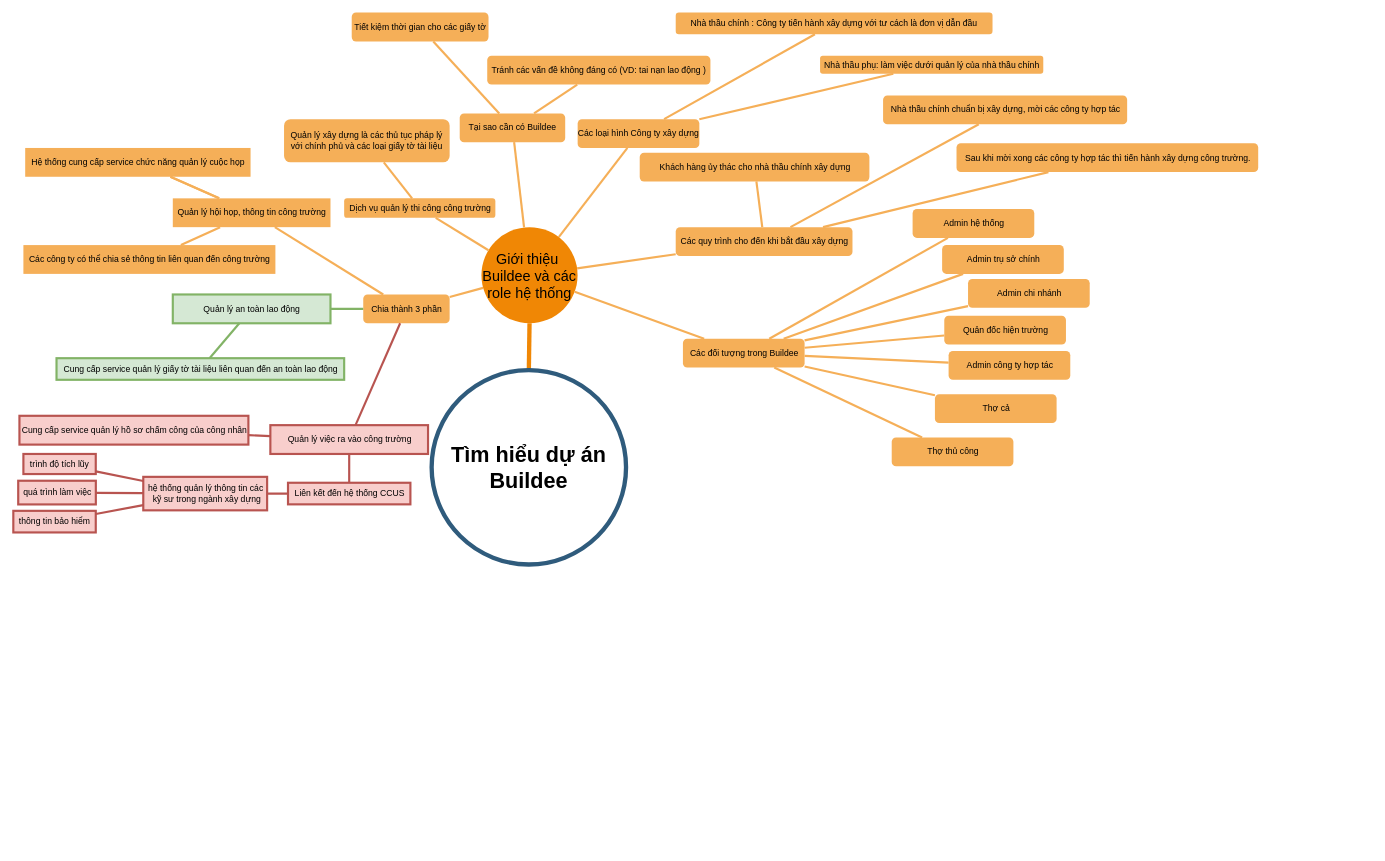
Earlier version of the draw.io diagram UML_drawer/BUL.drawio (namnguyen5902/UML_drawer). Source tidied: cells renumbered, new cells numbered last; positions are measured from the earlier drawing's top-left corner, leaving out a move shared by most shapes. Both pictures are drawn from the tidied source at 72%, with x=0, y=0 at pixel (13, 12).
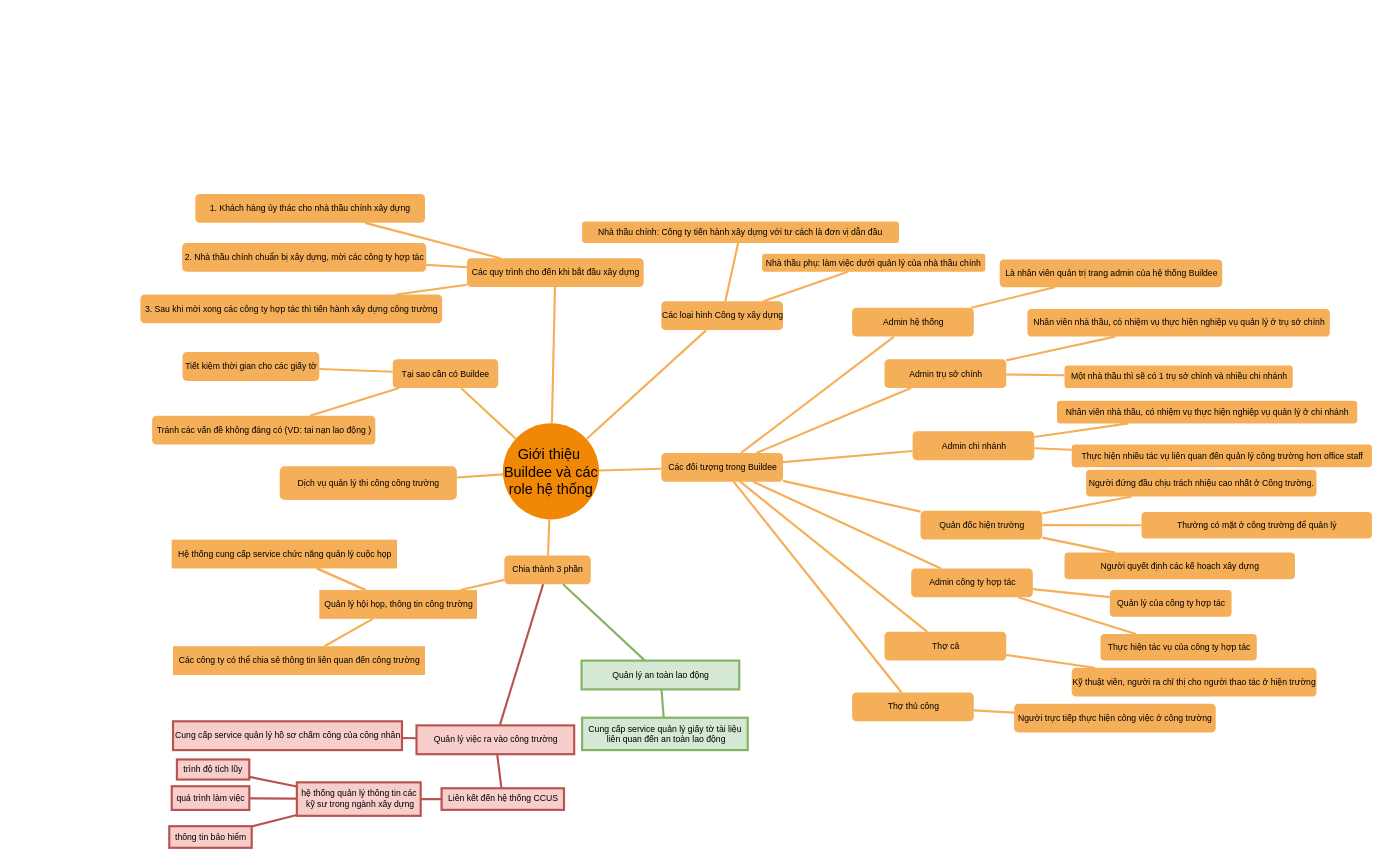
After the change.

Change to the diagram source:
```diff
@@
     <mxCell id="2" value="&lt;div&gt;Giới thiệu&amp;nbsp;&lt;/div&gt;&lt;div&gt;Buildee và các role hệ thống&lt;/div&gt;" style="ellipse;whiteSpace=wrap;html=1;shadow=0;fontFamily=Helvetica;fontSize=20;fontColor=#000000;align=center;strokeWidth=3;fillColor=#F08705;strokeColor=none;gradientColor=none;" parent="1" vertex="1">
-      <mxGeometry x="650.2" y="298" width="133.5" height="133.5" as="geometry" />
+      <mxGeometry x="680" y="570.5" width="133.5" height="133.5" as="geometry" />
     </mxCell>
-    <mxCell id="3" style="endArrow=none;strokeWidth=6;strokeColor=#f08705;html=1;fontColor=#000000;" parent="1" edge="1" source="16" target="2">
-      <mxGeometry relative="1" as="geometry" />
-    </mxCell>
     <mxCell id="4" value="&lt;div&gt;Quản lý hội họp, thông tin công trường&lt;/div&gt;" style="rounded=1;fillColor=#f5af58;strokeColor=none;strokeWidth=3;shadow=0;html=1;fontColor=#000000;arcSize=0;" parent="1" vertex="1">
-      <mxGeometry x="221.5" y="258" width="219" height="40" as="geometry" />
+      <mxGeometry x="425" y="802" width="219" height="40" as="geometry" />
     </mxCell>
     <mxCell id="5" value="&lt;div&gt;Dịch vụ quản lý thi công công trường&lt;/div&gt;" style="rounded=1;fillColor=#f5af58;strokeColor=none;strokeWidth=3;shadow=0;html=1;fontColor=#000000;" parent="1" vertex="1">
-      <mxGeometry x="459.5" y="258" width="210" height="27.1" as="geometry" />
+      <mxGeometry x="370" y="630" width="246" height="47.1" as="geometry" />
     </mxCell>
     <mxCell id="6" value="Chia thành 3 phần" style="rounded=1;fillColor=#f5af58;strokeColor=none;strokeWidth=3;shadow=0;html=1;fontColor=#000000;" parent="1" vertex="1">
-      <mxGeometry x="486" y="391.5" width="120" height="40" as="geometry" />
+      <mxGeometry x="682" y="754" width="120" height="40" as="geometry" />
     </mxCell>
     <mxCell id="7" value="Tại sao cần có Buildee" style="rounded=1;fillColor=#f5af58;strokeColor=none;strokeWidth=3;shadow=0;html=1;fontColor=#000000;" parent="1" vertex="1">
-      <mxGeometry x="620" y="140" width="146.5" height="40" as="geometry" />
+      <mxGeometry x="527" y="481.5" width="146.5" height="40" as="geometry" />
     </mxCell>
     <mxCell id="8" value="Các loại hình Công ty xây dựng " style="rounded=1;fillColor=#f5af58;strokeColor=none;strokeWidth=3;shadow=0;html=1;fontColor=#000000;" parent="1" vertex="1">
-      <mxGeometry x="783.8" y="148" width="169" height="40" as="geometry" />
+      <mxGeometry x="900" y="401" width="169" height="40" as="geometry" />
     </mxCell>
     <mxCell id="9" value="Các đối tượng trong Buildee" style="rounded=1;fillColor=#f5af58;strokeColor=none;strokeWidth=3;shadow=0;html=1;fontColor=#000000;" parent="1" vertex="1">
-      <mxGeometry x="930" y="452.9" width="169" height="40" as="geometry" />
+      <mxGeometry x="900" y="611.5" width="169" height="40" as="geometry" />
     </mxCell>
@@
-    <mxCell id="16" value="Tìm hiểu dự án Buildee" style="ellipse;whiteSpace=wrap;html=1;shadow=0;fontFamily=Helvetica;fontSize=30;fontColor=#000000;align=center;strokeColor=#2F5B7C;strokeWidth=6;fillColor=#FFFFFF;fontStyle=1;gradientColor=none;" parent="1" vertex="1">
-      <mxGeometry x="581" y="496.5" width="270" height="270" as="geometry" />
-    </mxCell>
-    <mxCell id="17" value="Quản lý xây dựng là các thủ tục pháp lý với chính phủ và các loại giấy tờ tài liệu" style="whiteSpace=wrap;html=1;fillColor=#f5af58;strokeColor=none;fontColor=#000000;rounded=1;strokeWidth=3;shadow=0;" parent="1" vertex="1">
-      <mxGeometry x="376" y="148" width="230" height="60" as="geometry" />
-    </mxCell>
-    <mxCell id="18" style="edgeStyle=none;endArrow=none;strokeWidth=3;strokeColor=#F5AF58;html=1;fontColor=#000000;" parent="1" edge="1" source="17" target="5">
-      <mxGeometry x="3.5" y="21.5" as="geometry" />
-    </mxCell>
     <mxCell id="19" value="&lt;div&gt;Quản lý việc ra vào công trường &lt;br&gt;&lt;/div&gt;" style="rounded=1;fillColor=#f8cecc;strokeColor=#B85450;strokeWidth=3;shadow=0;html=1;arcSize=0;" parent="1" vertex="1">
-      <mxGeometry x="357" y="573" width="219" height="40" as="geometry" />
+      <mxGeometry x="560" y="990" width="219" height="40" as="geometry" />
     </mxCell>
@@
     <mxCell id="21" value="Tiết kiệm  thời gian  cho các giấy tờ" style="rounded=1;fillColor=#f5af58;strokeColor=none;strokeWidth=3;shadow=0;html=1;fontColor=#000000;" parent="1" vertex="1">
-      <mxGeometry x="470" width="190" height="40" as="geometry" />
+      <mxGeometry x="235" y="471.5" width="190" height="40" as="geometry" />
     </mxCell>
     <mxCell id="22" value="Tránh các vấn đề không đáng có (VD: tai nạn lao động )" style="rounded=1;fillColor=#f5af58;strokeColor=none;strokeWidth=3;shadow=0;html=1;fontColor=#000000;" parent="1" vertex="1">
-      <mxGeometry x="658.2" y="60" width="310" height="40" as="geometry" />
+      <mxGeometry x="192.8" y="560" width="310" height="40" as="geometry" />
     </mxCell>
@@
     <mxCell id="25" value="Các quy trình cho đến khi bắt đầu xây dựng" style="rounded=1;fillColor=#f5af58;strokeColor=none;strokeWidth=3;shadow=0;html=1;fontColor=#000000;" parent="1" vertex="1">
-      <mxGeometry x="920" y="298" width="245.5" height="40" as="geometry" />
+      <mxGeometry x="630" y="341.2" width="245.5" height="40" as="geometry" />
     </mxCell>
@@
-    <mxCell id="27" value="Nhà thầu chính : Công ty tiến hành xây dựng với tư cách là đơn vị dẫn đầu" style="whiteSpace=wrap;html=1;fillColor=#f5af58;strokeColor=none;fontColor=#000000;rounded=1;strokeWidth=3;shadow=0;" parent="1" vertex="1">
-      <mxGeometry x="920" width="440" height="30" as="geometry" />
+    <mxCell id="27" value="Nhà thầu chính: Công ty tiến hành xây dựng với tư cách là đơn vị dẫn đầu" style="whiteSpace=wrap;html=1;fillColor=#f5af58;strokeColor=none;fontColor=#000000;rounded=1;strokeWidth=3;shadow=0;" parent="1" vertex="1">
+      <mxGeometry x="790" y="290" width="440" height="30" as="geometry" />
     </mxCell>
@@
     <mxCell id="29" value="Nhà thầu phụ: làm việc dưới  quản lý của nhà thầu chính" style="whiteSpace=wrap;html=1;fillColor=#f5af58;strokeColor=none;fontColor=#000000;rounded=1;strokeWidth=3;shadow=0;" parent="1" vertex="1">
-      <mxGeometry x="1120.5" y="60" width="310" height="25" as="geometry" />
+      <mxGeometry x="1040" y="335" width="310" height="25" as="geometry" />
     </mxCell>
@@
-    <mxCell id="31" value="Khách hàng ủy thác cho nhà thầu chính xây dựng" style="rounded=1;fillColor=#f5af58;strokeColor=none;strokeWidth=3;shadow=0;html=1;fontColor=#000000;" parent="1" vertex="1">
-      <mxGeometry x="870" y="194.5" width="319" height="40" as="geometry" />
+    <mxCell id="31" value="1. Khách hàng ủy thác cho nhà thầu chính xây dựng" style="rounded=1;fillColor=#f5af58;strokeColor=none;strokeWidth=3;shadow=0;html=1;fontColor=#000000;" parent="1" vertex="1">
+      <mxGeometry x="252.8" y="252" width="319" height="40" as="geometry" />
     </mxCell>
-    <mxCell id="32" value="Nhà thầu chính  chuẩn bị xây dựng, mời các công ty hợp tác  " style="rounded=1;fillColor=#f5af58;strokeColor=none;strokeWidth=3;shadow=0;html=1;fontColor=#000000;" parent="1" vertex="1">
-      <mxGeometry x="1208" y="115" width="339" height="40" as="geometry" />
+    <mxCell id="32" value="2. Nhà thầu chính  chuẩn bị xây dựng, mời các công ty hợp tác  " style="rounded=1;fillColor=#f5af58;strokeColor=none;strokeWidth=3;shadow=0;html=1;fontColor=#000000;" parent="1" vertex="1">
+      <mxGeometry x="234.5" y="320" width="339" height="40" as="geometry" />
     </mxCell>
-    <mxCell id="33" value="Sau khi  mời xong các công ty hợp tác thì  tiến hành xây dựng công trường." style="rounded=1;fillColor=#f5af58;strokeColor=none;strokeWidth=3;shadow=0;html=1;fontColor=#000000;" parent="1" vertex="1">
-      <mxGeometry x="1310" y="181.5" width="419" height="40" as="geometry" />
+    <mxCell id="33" value="3. Sau khi  mời xong các công ty hợp tác thì  tiến hành xây dựng công trường" style="rounded=1;fillColor=#f5af58;strokeColor=none;strokeWidth=3;shadow=0;html=1;fontColor=#000000;" parent="1" vertex="1">
+      <mxGeometry x="176.6" y="391.5" width="419" height="40" as="geometry" />
     </mxCell>
@@
     <mxCell id="37" value="Admin hệ thống" style="rounded=1;fillColor=#f5af58;strokeColor=none;strokeWidth=3;shadow=0;html=1;fontColor=#000000;" parent="1" vertex="1">
-      <mxGeometry x="1249" y="272.9" width="169" height="40" as="geometry" />
+      <mxGeometry x="1165" y="410" width="169" height="40" as="geometry" />
     </mxCell>
     <mxCell id="38" value="Admin trụ sở chính " style="rounded=1;fillColor=#f5af58;strokeColor=none;strokeWidth=3;shadow=0;html=1;fontColor=#000000;" parent="1" vertex="1">
-      <mxGeometry x="1290" y="322.9" width="169" height="40" as="geometry" />
+      <mxGeometry x="1210" y="481.5" width="169" height="40" as="geometry" />
     </mxCell>
     <mxCell id="39" value="Admin chi nhánh" style="rounded=1;fillColor=#f5af58;strokeColor=none;strokeWidth=3;shadow=0;html=1;fontColor=#000000;" parent="1" vertex="1">
-      <mxGeometry x="1326" y="370" width="169" height="40" as="geometry" />
+      <mxGeometry x="1249" y="581.6" width="169" height="40" as="geometry" />
     </mxCell>
     <mxCell id="40" value="Quản đốc hiện trường " style="rounded=1;fillColor=#f5af58;strokeColor=none;strokeWidth=3;shadow=0;html=1;fontColor=#000000;" parent="1" vertex="1">
-      <mxGeometry x="1293" y="421" width="169" height="40" as="geometry" />
+      <mxGeometry x="1260" y="691.9" width="169" height="40" as="geometry" />
     </mxCell>
     <mxCell id="41" value="Admin công ty hợp tác " style="rounded=1;fillColor=#f5af58;strokeColor=none;strokeWidth=3;shadow=0;html=1;fontColor=#000000;" parent="1" vertex="1">
-      <mxGeometry x="1299" y="470" width="169" height="40" as="geometry" />
+      <mxGeometry x="1247" y="772" width="169" height="40" as="geometry" />
     </mxCell>
     <mxCell id="42" value="Thợ cả" style="rounded=1;fillColor=#f5af58;strokeColor=none;strokeWidth=3;shadow=0;html=1;fontColor=#000000;" parent="1" vertex="1">
-      <mxGeometry x="1280" y="530" width="169" height="40" as="geometry" />
+      <mxGeometry x="1210" y="860" width="169" height="40" as="geometry" />
     </mxCell>
     <mxCell id="43" value="Thợ thủ công" style="rounded=1;fillColor=#f5af58;strokeColor=none;strokeWidth=3;shadow=0;html=1;fontColor=#000000;" parent="1" vertex="1">
-      <mxGeometry x="1220" y="590" width="169" height="40" as="geometry" />
+      <mxGeometry x="1165" y="944.3" width="169" height="40" as="geometry" />
     </mxCell>
@@
     <mxCell id="52" value="&lt;div&gt;Quản lý an toàn lao động&lt;br&gt;&lt;/div&gt;" style="rounded=1;fillColor=#d5e8d4;strokeColor=#82b366;strokeWidth=3;shadow=0;html=1;arcSize=0;" parent="1" vertex="1">
-      <mxGeometry x="221.5" y="391.5" width="219" height="40" as="geometry" />
+      <mxGeometry x="789.2" y="900" width="219" height="40" as="geometry" />
     </mxCell>
     <mxCell id="53" value="Hệ thống cung cấp service chức năng quản lý cuộc họp" style="rounded=1;fillColor=#f5af58;strokeColor=none;strokeWidth=3;shadow=0;html=1;fontColor=#000000;arcSize=0;" parent="1" vertex="1">
-      <mxGeometry x="16.5" y="188" width="313" height="40" as="geometry" />
+      <mxGeometry x="220" y="732" width="313" height="40" as="geometry" />
     </mxCell>
@@
     <mxCell id="55" value="Các công ty có thể chia sẻ thông tin liên quan đến công trường " style="rounded=1;fillColor=#f5af58;strokeColor=none;strokeWidth=3;shadow=0;html=1;fontColor=#000000;arcSize=0;" parent="1" vertex="1">
-      <mxGeometry x="14" y="322.9" width="350" height="40" as="geometry" />
+      <mxGeometry x="221.8" y="880" width="350" height="40" as="geometry" />
     </mxCell>
@@
-    <mxCell id="58" value="Cung cấp service quản lý  giấy tờ tài liệu liên quan đến an toàn lao động " style="rounded=1;fillColor=#d5e8d4;strokeColor=#82b366;strokeWidth=3;shadow=0;html=1;arcSize=0;" parent="1" vertex="1">
-      <mxGeometry x="60" y="480" width="399.5" height="30" as="geometry" />
+    <mxCell id="58" value="&lt;div&gt;Cung cấp service quản lý  giấy tờ tài liệu&lt;/div&gt;&lt;div&gt;&amp;nbsp;liên quan đến an toàn lao động &lt;/div&gt;" style="rounded=1;fillColor=#d5e8d4;strokeColor=#82b366;strokeWidth=3;shadow=0;html=1;arcSize=0;" parent="1" vertex="1">
+      <mxGeometry x="790" y="979.3" width="230" height="45" as="geometry" />
     </mxCell>
@@
     <mxCell id="60" value="Cung cấp service quản lý hồ sơ chấm công của công nhân" style="rounded=1;fillColor=#f8cecc;strokeColor=#b85450;strokeWidth=3;shadow=0;html=1;arcSize=0;" parent="1" vertex="1">
-      <mxGeometry x="8.5" y="560" width="318" height="40" as="geometry" />
+      <mxGeometry x="221.8" y="984.3" width="318" height="40" as="geometry" />
     </mxCell>
@@
     <mxCell id="62" value="Liên kết đến hệ thống CCUS" style="rounded=1;fillColor=#f8cecc;strokeColor=#B85450;strokeWidth=3;shadow=0;html=1;arcSize=0;" parent="1" vertex="1">
-      <mxGeometry x="381.5" y="653" width="170" height="30" as="geometry" />
+      <mxGeometry x="594.8" y="1077.3" width="170" height="30" as="geometry" />
     </mxCell>
@@
     <mxCell id="64" value="&lt;div&gt;hệ thống quản lý thông tin các&lt;/div&gt;&lt;div&gt;&amp;nbsp;kỹ sư trong ngành xây dựng&lt;/div&gt;" style="rounded=1;fillColor=#f8cecc;strokeColor=#b85450;strokeWidth=3;shadow=0;html=1;arcSize=0;" parent="1" vertex="1">
-      <mxGeometry x="180.5" y="644.8" width="172" height="46.5" as="geometry" />
+      <mxGeometry x="393.8" y="1069.1" width="172" height="46.5" as="geometry" />
     </mxCell>
@@
     <mxCell id="66" value="trình độ tích lũy" style="rounded=1;fillColor=#f8cecc;strokeColor=#B85450;strokeWidth=3;shadow=0;html=1;arcSize=0;" parent="1" vertex="1">
-      <mxGeometry x="14" y="613" width="100.5" height="27.9" as="geometry" />
+      <mxGeometry x="227.2" y="1037.3" width="100.5" height="27.9" as="geometry" />
     </mxCell>
     <mxCell id="67" value="thông tin bảo hiểm" style="rounded=1;fillColor=#f8cecc;strokeColor=#B85450;strokeWidth=3;shadow=0;html=1;arcSize=0;" parent="1" vertex="1">
-      <mxGeometry y="692" width="114.5" height="30" as="geometry" />
+      <mxGeometry x="216.6" y="1130" width="114.5" height="30" as="geometry" />
     </mxCell>
     <mxCell id="68" value="quá trình làm việc" style="rounded=1;fillColor=#f8cecc;strokeColor=#B85450;strokeWidth=3;shadow=0;html=1;arcSize=0;" parent="1" vertex="1">
-      <mxGeometry x="6.8" y="650.2" width="107.8" height="32.9" as="geometry" />
+      <mxGeometry x="220" y="1074.5" width="107.8" height="32.9" as="geometry" />
     </mxCell>
@@
+    <mxCell id="72" value="Là nhân viên quản trị trang admin của hệ thống Buildee" style="rounded=1;fillColor=#f5af58;strokeColor=none;strokeWidth=3;shadow=0;html=1;fontColor=#000000;" parent="1" vertex="1">
+      <mxGeometry x="1370" y="342.8" width="309" height="38.5" as="geometry" />
+    </mxCell>
+    <mxCell id="73" style="edgeStyle=none;endArrow=none;strokeWidth=3;strokeColor=#F5AF58;html=1;fontColor=#000000;" parent="1" edge="1" source="72" target="37">
+      <mxGeometry x="3.5" y="21.5" as="geometry" />
+    </mxCell>
+    <mxCell id="74" value="Nhân viên  nhà thầu, có nhiệm vụ  thực hiện  nghiệp vụ quản lý ở trụ sở chính" style="rounded=1;fillColor=#f5af58;strokeColor=none;strokeWidth=3;shadow=0;html=1;fontColor=#000000;" parent="1" vertex="1">
+      <mxGeometry x="1408.5" y="411.5" width="420" height="38.5" as="geometry" />
+    </mxCell>
+    <mxCell id="75" style="edgeStyle=none;endArrow=none;strokeWidth=3;strokeColor=#F5AF58;html=1;fontColor=#000000;" parent="1" edge="1" source="74" target="38">
+      <mxGeometry x="3.5" y="21.5" as="geometry" />
+    </mxCell>
+    <mxCell id="76" value="Một nhà thầu thì sẽ có 1 trụ sở chính và nhiều chi nhánh" style="rounded=1;fillColor=#f5af58;strokeColor=none;strokeWidth=3;shadow=0;html=1;fontColor=#000000;" parent="1" vertex="1">
+      <mxGeometry x="1460" y="490.1" width="317" height="31.4" as="geometry" />
+    </mxCell>
+    <mxCell id="77" style="edgeStyle=none;endArrow=none;strokeWidth=3;strokeColor=#F5AF58;html=1;fontColor=#000000;" parent="1" edge="1" source="76" target="38">
+      <mxGeometry x="3.5" y="21.5" as="geometry" />
+    </mxCell>
+    <mxCell id="78" value="Nhân viên nhà thầu, có nhiệm vụ thực hiện nghiệp vụ quản lý ở chi nhánh" style="rounded=1;fillColor=#f5af58;strokeColor=none;strokeWidth=3;shadow=0;html=1;fontColor=#000000;" parent="1" vertex="1">
+      <mxGeometry x="1449.5" y="539.2" width="417" height="31.4" as="geometry" />
+    </mxCell>
+    <mxCell id="79" style="edgeStyle=none;endArrow=none;strokeWidth=3;strokeColor=#F5AF58;html=1;fontColor=#000000;" parent="1" edge="1" source="78" target="39">
+      <mxGeometry x="3.5" y="21.5" as="geometry" />
+    </mxCell>
+    <mxCell id="80" value="Thực hiện nhiều tác vụ liên quan đến quản lý công trường  hơn office staff" style="rounded=1;fillColor=#f5af58;strokeColor=none;strokeWidth=3;shadow=0;html=1;fontColor=#000000;" parent="1" vertex="1">
+      <mxGeometry x="1470" y="600" width="417" height="31.4" as="geometry" />
+    </mxCell>
+    <mxCell id="81" style="edgeStyle=none;endArrow=none;strokeWidth=3;strokeColor=#F5AF58;html=1;fontColor=#000000;" parent="1" edge="1" source="80" target="39">
+      <mxGeometry x="3.5" y="21.5" as="geometry" />
+    </mxCell>
+    <mxCell id="82" value="Người đứng đầu chịu trách nhiệu cao nhất ở Công trường." style="rounded=1;fillColor=#f5af58;strokeColor=none;strokeWidth=3;shadow=0;html=1;fontColor=#000000;" parent="1" vertex="1">
+      <mxGeometry x="1490" y="635" width="320" height="37" as="geometry" />
+    </mxCell>
+    <mxCell id="83" style="edgeStyle=none;endArrow=none;strokeWidth=3;strokeColor=#F5AF58;html=1;fontColor=#000000;" parent="1" edge="1" source="82" target="40">
+      <mxGeometry x="3.5" y="21.5" as="geometry" />
+    </mxCell>
+    <mxCell id="84" value="Thường  có mặt ở công trường để quản lý " style="rounded=1;fillColor=#f5af58;strokeColor=none;strokeWidth=3;shadow=0;html=1;fontColor=#000000;" parent="1" vertex="1">
+      <mxGeometry x="1567" y="693.5" width="320" height="37" as="geometry" />
+    </mxCell>
+    <mxCell id="85" value="Người quyết định các kế hoạch xây dựng" style="rounded=1;fillColor=#f5af58;strokeColor=none;strokeWidth=3;shadow=0;html=1;fontColor=#000000;" parent="1" vertex="1">
+      <mxGeometry x="1460" y="750" width="320" height="37" as="geometry" />
+    </mxCell>
+    <mxCell id="86" style="edgeStyle=none;endArrow=none;strokeWidth=3;strokeColor=#F5AF58;html=1;fontColor=#000000;" parent="1" edge="1" source="84" target="40">
+      <mxGeometry x="3.5" y="21.5" as="geometry" />
+    </mxCell>
+    <mxCell id="87" style="edgeStyle=none;endArrow=none;strokeWidth=3;strokeColor=#F5AF58;html=1;fontColor=#000000;" parent="1" edge="1" source="85" target="40">
+      <mxGeometry x="3.5" y="21.5" as="geometry" />
+    </mxCell>
+    <mxCell id="88" value="Quản lý của công ty hợp tác" style="rounded=1;fillColor=#f5af58;strokeColor=none;strokeWidth=3;shadow=0;html=1;fontColor=#000000;" parent="1" vertex="1">
+      <mxGeometry x="1523" y="802" width="169" height="37" as="geometry" />
+    </mxCell>
+    <mxCell id="89" style="edgeStyle=none;endArrow=none;strokeWidth=3;strokeColor=#F5AF58;html=1;fontColor=#000000;" parent="1" edge="1" source="88" target="41">
+      <mxGeometry x="3.5" y="21.5" as="geometry" />
+    </mxCell>
+    <mxCell id="90" value="Thực hiện tác vụ  của công ty hợp tác" style="rounded=1;fillColor=#f5af58;strokeColor=none;strokeWidth=3;shadow=0;html=1;fontColor=#000000;" parent="1" vertex="1">
+      <mxGeometry x="1510" y="863" width="217" height="37" as="geometry" />
+    </mxCell>
+    <mxCell id="91" style="edgeStyle=none;endArrow=none;strokeWidth=3;strokeColor=#F5AF58;html=1;fontColor=#000000;" parent="1" edge="1" source="90" target="41">
+      <mxGeometry x="3.5" y="21.5" as="geometry" />
+    </mxCell>
+    <mxCell id="92" value="Kỹ thuật viên, người ra chỉ thị cho người thao tác ở hiện trường" style="rounded=1;fillColor=#f5af58;strokeColor=none;strokeWidth=3;shadow=0;html=1;fontColor=#000000;" parent="1" vertex="1">
+      <mxGeometry x="1470" y="910" width="340" height="40" as="geometry" />
+    </mxCell>
+    <mxCell id="93" style="edgeStyle=none;endArrow=none;strokeWidth=3;strokeColor=#F5AF58;html=1;fontColor=#000000;" parent="1" edge="1" source="92" target="42">
+      <mxGeometry x="3.5" y="21.5" as="geometry" />
+    </mxCell>
+    <mxCell id="94" value="Người trực tiếp thực hiện công việc ở công trường" style="rounded=1;fillColor=#f5af58;strokeColor=none;strokeWidth=3;shadow=0;html=1;fontColor=#000000;" parent="1" vertex="1">
+      <mxGeometry x="1390" y="960" width="280" height="40" as="geometry" />
+    </mxCell>
+    <mxCell id="95" style="edgeStyle=none;endArrow=none;strokeWidth=3;strokeColor=#F5AF58;html=1;fontColor=#000000;" parent="1" edge="1" source="94" target="43">
+      <mxGeometry x="3.5" y="21.5" as="geometry" />
+    </mxCell>
```
